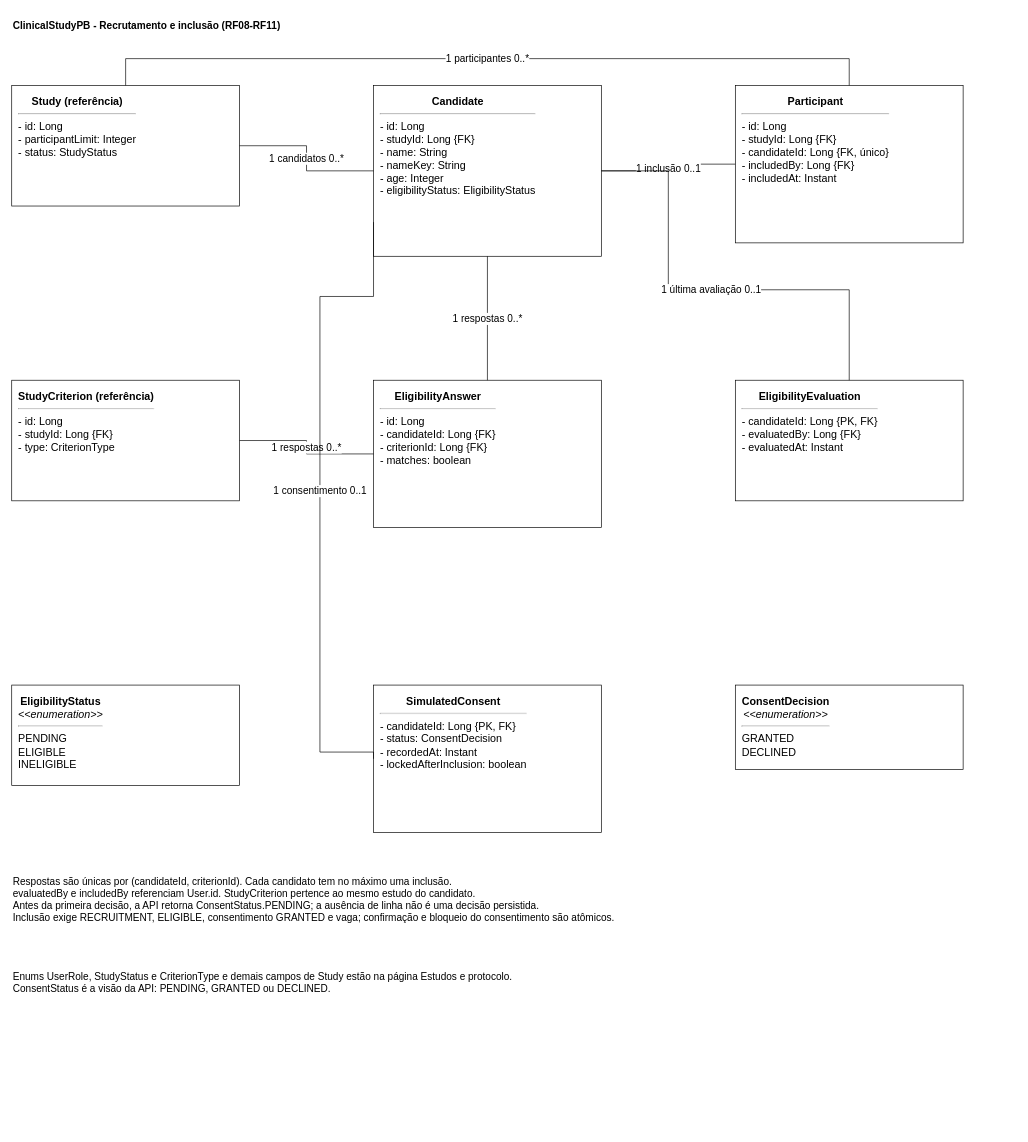
livdenner/ClinicalStudyPB-project keeps this draw.io diagram as page "Recrutamento e inclusão" (2 of 3) of docs/diagrams/classes.drawio. Above is the earlier version. Source tidied: cells renumbered, new cells numbered last; positions are measured from the earlier drawing's top-left corner, leaving out a move shared by most shapes. Both pictures are drawn from the tidied source at 67%, with x=0, y=0 at pixel (11, 11).
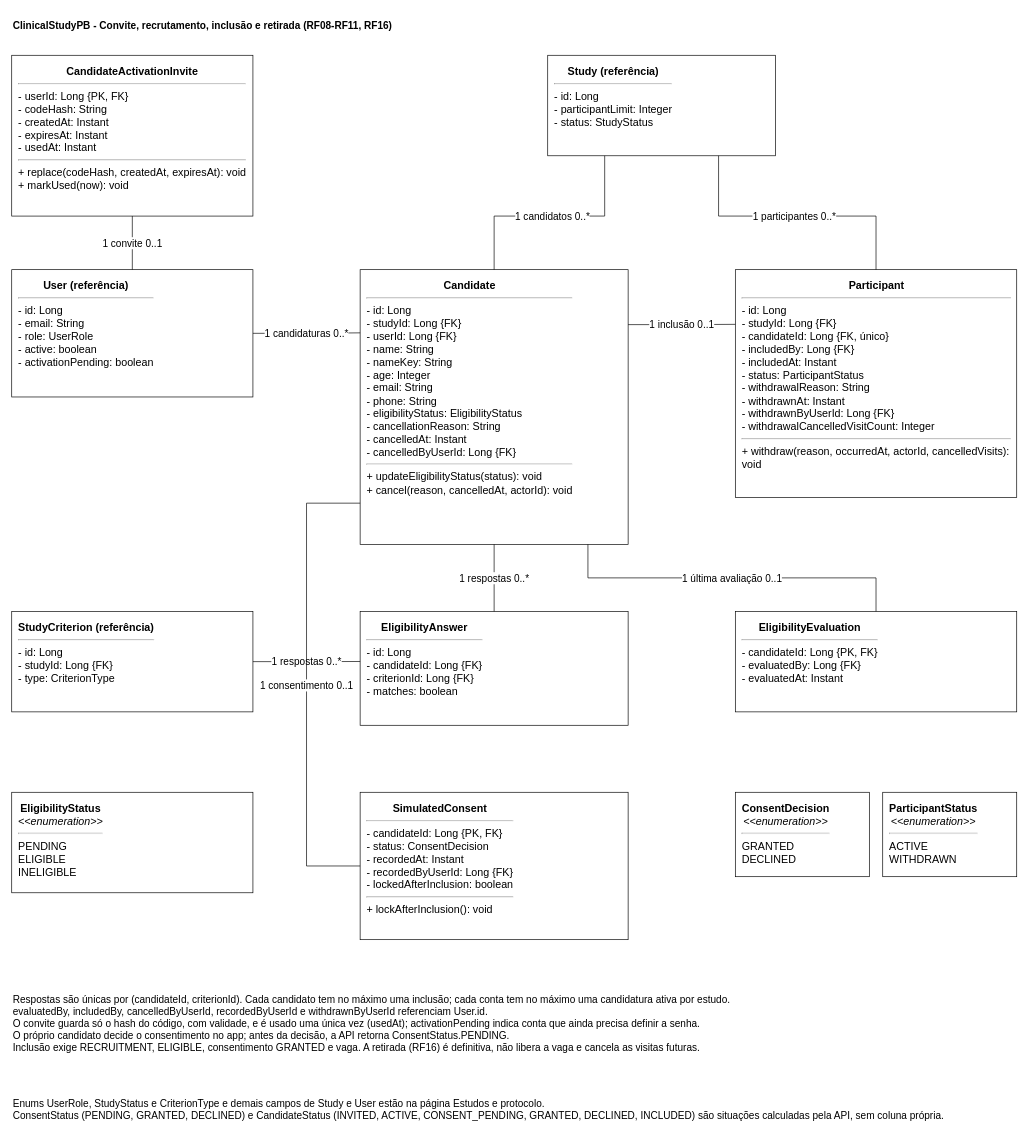
The same diagram, later.

Change to the diagram source:
```diff
@@
-    <mxCell id="2" value="&lt;b&gt;ClinicalStudyPB - Recrutamento e inclusão (RF08-RF11)&lt;/b&gt;" style="text;html=1;whiteSpace=wrap;align=left;verticalAlign=middle;fontColor=#000000;fontSize=15;" parent="1" vertex="1">
+    <mxCell id="2" value="&lt;b&gt;ClinicalStudyPB - Convite, recrutamento, inclusão e retirada (RF08-RF11, RF16)&lt;/b&gt;" style="text;html=1;whiteSpace=wrap;align=left;verticalAlign=middle;fontColor=#000000;fontSize=15;" parent="1" vertex="1">
       <mxGeometry width="1490" height="40" as="geometry" />
     </mxCell>
+    <mxCell id="21" value="&lt;div style=&quot;text-align:center&quot;&gt;&lt;b&gt;CandidateActivationInvite&lt;/b&gt;&lt;/div&gt;&lt;hr/&gt;&lt;div&gt;- userId: Long {PK, FK}&lt;/div&gt;&lt;div&gt;- codeHash: String&lt;/div&gt;&lt;div&gt;- createdAt: Instant&lt;/div&gt;&lt;div&gt;- expiresAt: Instant&lt;/div&gt;&lt;div&gt;- usedAt: Instant&lt;/div&gt;&lt;hr/&gt;&lt;div&gt;+ replace(codeHash, createdAt, expiresAt): void&lt;/div&gt;&lt;div&gt;+ markUsed(now): void&lt;/div&gt;" style="rounded=0;whiteSpace=wrap;html=1;align=left;verticalAlign=top;spacing=10;fillColor=#FFFFFF;strokeColor=#000000;strokeWidth=1;fontColor=#000000;fontSize=16;" parent="1" vertex="1">
+      <mxGeometry y="65" width="360" height="240" as="geometry" />
+    </mxCell>
     <mxCell id="3" value="&lt;div style=&quot;text-align:center&quot;&gt;&lt;b&gt;Study (referência)&lt;/b&gt;&lt;/div&gt;&lt;hr/&gt;&lt;div&gt;- id: Long&lt;/div&gt;&lt;div&gt;- participantLimit: Integer&lt;/div&gt;&lt;div&gt;- status: StudyStatus&lt;/div&gt;" style="rounded=0;whiteSpace=wrap;html=1;align=left;verticalAlign=top;spacing=10;fillColor=#FFFFFF;strokeColor=#000000;strokeWidth=1;fontColor=#000000;fontSize=16;" parent="1" vertex="1">
-      <mxGeometry y="110" width="340" height="180" as="geometry" />
+      <mxGeometry x="800" y="65" width="340" height="150" as="geometry" />
     </mxCell>
+    <mxCell id="22" value="&lt;div style=&quot;text-align:center&quot;&gt;&lt;b&gt;User (referência)&lt;/b&gt;&lt;/div&gt;&lt;hr/&gt;&lt;div&gt;- id: Long&lt;/div&gt;&lt;div&gt;- email: String&lt;/div&gt;&lt;div&gt;- role: UserRole&lt;/div&gt;&lt;div&gt;- active: boolean&lt;/div&gt;&lt;div&gt;- activationPending: boolean&lt;/div&gt;" style="rounded=0;whiteSpace=wrap;html=1;align=left;verticalAlign=top;spacing=10;fillColor=#FFFFFF;strokeColor=#000000;strokeWidth=1;fontColor=#000000;fontSize=16;" parent="1" vertex="1">
+      <mxGeometry y="385" width="360" height="190" as="geometry" />
+    </mxCell>
-    <mxCell id="4" value="&lt;div style=&quot;text-align:center&quot;&gt;&lt;b&gt;Candidate&lt;/b&gt;&lt;/div&gt;&lt;hr/&gt;&lt;div&gt;- id: Long&lt;/div&gt;&lt;div&gt;- studyId: Long {FK}&lt;/div&gt;&lt;div&gt;- name: String&lt;/div&gt;&lt;div&gt;- nameKey: String&lt;/div&gt;&lt;div&gt;- age: Integer&lt;/div&gt;&lt;div&gt;- eligibilityStatus: EligibilityStatus&lt;/div&gt;" style="rounded=0;whiteSpace=wrap;html=1;align=left;verticalAlign=top;spacing=10;fillColor=#FFFFFF;strokeColor=#000000;strokeWidth=1;fontColor=#000000;fontSize=16;" parent="1" vertex="1">
-      <mxGeometry x="540" y="110" width="340" height="255" as="geometry" />
+    <mxCell id="4" value="&lt;div style=&quot;text-align:center&quot;&gt;&lt;b&gt;Candidate&lt;/b&gt;&lt;/div&gt;&lt;hr/&gt;&lt;div&gt;- id: Long&lt;/div&gt;&lt;div&gt;- studyId: Long {FK}&lt;/div&gt;&lt;div&gt;- userId: Long {FK}&lt;/div&gt;&lt;div&gt;- name: String&lt;/div&gt;&lt;div&gt;- nameKey: String&lt;/div&gt;&lt;div&gt;- age: Integer&lt;/div&gt;&lt;div&gt;- email: String&lt;/div&gt;&lt;div&gt;- phone: String&lt;/div&gt;&lt;div&gt;- eligibilityStatus: EligibilityStatus&lt;/div&gt;&lt;div&gt;- cancellationReason: String&lt;/div&gt;&lt;div&gt;- cancelledAt: Instant&lt;/div&gt;&lt;div&gt;- cancelledByUserId: Long {FK}&lt;/div&gt;&lt;hr/&gt;&lt;div&gt;+ updateEligibilityStatus(status): void&lt;/div&gt;&lt;div&gt;+ cancel(reason, cancelledAt, actorId): void&lt;/div&gt;" style="rounded=0;whiteSpace=wrap;html=1;align=left;verticalAlign=top;spacing=10;fillColor=#FFFFFF;strokeColor=#000000;strokeWidth=1;fontColor=#000000;fontSize=16;" parent="1" vertex="1">
+      <mxGeometry x="520" y="385" width="400" height="410" as="geometry" />
     </mxCell>
-    <mxCell id="5" value="&lt;div style=&quot;text-align:center&quot;&gt;&lt;b&gt;Participant&lt;/b&gt;&lt;/div&gt;&lt;hr/&gt;&lt;div&gt;- id: Long&lt;/div&gt;&lt;div&gt;- studyId: Long {FK}&lt;/div&gt;&lt;div&gt;- candidateId: Long {FK, único}&lt;/div&gt;&lt;div&gt;- includedBy: Long {FK}&lt;/div&gt;&lt;div&gt;- includedAt: Instant&lt;/div&gt;" style="rounded=0;whiteSpace=wrap;html=1;align=left;verticalAlign=top;spacing=10;fillColor=#FFFFFF;strokeColor=#000000;strokeWidth=1;fontColor=#000000;fontSize=16;" parent="1" vertex="1">
-      <mxGeometry x="1080" y="110" width="340" height="235" as="geometry" />
+    <mxCell id="5" value="&lt;div style=&quot;text-align:center&quot;&gt;&lt;b&gt;Participant&lt;/b&gt;&lt;/div&gt;&lt;hr/&gt;&lt;div&gt;- id: Long&lt;/div&gt;&lt;div&gt;- studyId: Long {FK}&lt;/div&gt;&lt;div&gt;- candidateId: Long {FK, único}&lt;/div&gt;&lt;div&gt;- includedBy: Long {FK}&lt;/div&gt;&lt;div&gt;- includedAt: Instant&lt;/div&gt;&lt;div&gt;- status: ParticipantStatus&lt;/div&gt;&lt;div&gt;- withdrawalReason: String&lt;/div&gt;&lt;div&gt;- withdrawnAt: Instant&lt;/div&gt;&lt;div&gt;- withdrawnByUserId: Long {FK}&lt;/div&gt;&lt;div&gt;- withdrawalCancelledVisitCount: Integer&lt;/div&gt;&lt;hr/&gt;&lt;div&gt;+ withdraw(reason, occurredAt, actorId, cancelledVisits): void&lt;/div&gt;" style="rounded=0;whiteSpace=wrap;html=1;align=left;verticalAlign=top;spacing=10;fillColor=#FFFFFF;strokeColor=#000000;strokeWidth=1;fontColor=#000000;fontSize=16;" parent="1" vertex="1">
+      <mxGeometry x="1080" y="385" width="420" height="340" as="geometry" />
     </mxCell>
     <mxCell id="6" value="&lt;div style=&quot;text-align:center&quot;&gt;&lt;b&gt;StudyCriterion (referência)&lt;/b&gt;&lt;/div&gt;&lt;hr/&gt;&lt;div&gt;- id: Long&lt;/div&gt;&lt;div&gt;- studyId: Long {FK}&lt;/div&gt;&lt;div&gt;- type: CriterionType&lt;/div&gt;" style="rounded=0;whiteSpace=wrap;html=1;align=left;verticalAlign=top;spacing=10;fillColor=#FFFFFF;strokeColor=#000000;strokeWidth=1;fontColor=#000000;fontSize=16;" parent="1" vertex="1">
-      <mxGeometry y="550" width="340" height="180" as="geometry" />
+      <mxGeometry y="895" width="360" height="150" as="geometry" />
     </mxCell>
     <mxCell id="7" value="&lt;div style=&quot;text-align:center&quot;&gt;&lt;b&gt;EligibilityAnswer&lt;/b&gt;&lt;/div&gt;&lt;hr/&gt;&lt;div&gt;- id: Long&lt;/div&gt;&lt;div&gt;- candidateId: Long {FK}&lt;/div&gt;&lt;div&gt;- criterionId: Long {FK}&lt;/div&gt;&lt;div&gt;- matches: boolean&lt;/div&gt;" style="rounded=0;whiteSpace=wrap;html=1;align=left;verticalAlign=top;spacing=10;fillColor=#FFFFFF;strokeColor=#000000;strokeWidth=1;fontColor=#000000;fontSize=16;" parent="1" vertex="1">
-      <mxGeometry x="540" y="550" width="340" height="220" as="geometry" />
+      <mxGeometry x="520" y="895" width="400" height="170" as="geometry" />
     </mxCell>
     <mxCell id="8" value="&lt;div style=&quot;text-align:center&quot;&gt;&lt;b&gt;EligibilityEvaluation&lt;/b&gt;&lt;/div&gt;&lt;hr/&gt;&lt;div&gt;- candidateId: Long {PK, FK}&lt;/div&gt;&lt;div&gt;- evaluatedBy: Long {FK}&lt;/div&gt;&lt;div&gt;- evaluatedAt: Instant&lt;/div&gt;" style="rounded=0;whiteSpace=wrap;html=1;align=left;verticalAlign=top;spacing=10;fillColor=#FFFFFF;strokeColor=#000000;strokeWidth=1;fontColor=#000000;fontSize=16;" parent="1" vertex="1">
-      <mxGeometry x="1080" y="550" width="340" height="180" as="geometry" />
+      <mxGeometry x="1080" y="895" width="420" height="150" as="geometry" />
     </mxCell>
-    <mxCell id="9" value="&lt;div style=&quot;text-align:center&quot;&gt;&lt;b&gt;SimulatedConsent&lt;/b&gt;&lt;/div&gt;&lt;hr/&gt;&lt;div&gt;- candidateId: Long {PK, FK}&lt;/div&gt;&lt;div&gt;- status: ConsentDecision&lt;/div&gt;&lt;div&gt;- recordedAt: Instant&lt;/div&gt;&lt;div&gt;- lockedAfterInclusion: boolean&lt;/div&gt;" style="rounded=0;whiteSpace=wrap;html=1;align=left;verticalAlign=top;spacing=10;fillColor=#FFFFFF;strokeColor=#000000;strokeWidth=1;fontColor=#000000;fontSize=16;" parent="1" vertex="1">
-      <mxGeometry x="540" y="1005" width="340" height="220" as="geometry" />
+    <mxCell id="9" value="&lt;div style=&quot;text-align:center&quot;&gt;&lt;b&gt;SimulatedConsent&lt;/b&gt;&lt;/div&gt;&lt;hr/&gt;&lt;div&gt;- candidateId: Long {PK, FK}&lt;/div&gt;&lt;div&gt;- status: ConsentDecision&lt;/div&gt;&lt;div&gt;- recordedAt: Instant&lt;/div&gt;&lt;div&gt;- recordedByUserId: Long {FK}&lt;/div&gt;&lt;div&gt;- lockedAfterInclusion: boolean&lt;/div&gt;&lt;hr/&gt;&lt;div&gt;+ lockAfterInclusion(): void&lt;/div&gt;" style="rounded=0;whiteSpace=wrap;html=1;align=left;verticalAlign=top;spacing=10;fillColor=#FFFFFF;strokeColor=#000000;strokeWidth=1;fontColor=#000000;fontSize=16;" parent="1" vertex="1">
+      <mxGeometry x="520" y="1165" width="400" height="220" as="geometry" />
     </mxCell>
+    <mxCell id="23" value="1  convite  0..1" style="edgeStyle=orthogonalEdgeStyle;rounded=0;html=1;endArrow=none;strokeColor=#000000;fontColor=#000000;fontSize=15;labelBackgroundColor=#FFFFFF;" parent="1" edge="1" source="22" target="21">
+      <mxGeometry relative="1" as="geometry" />
+    </mxCell>
+    <mxCell id="24" value="1  candidaturas  0..*" style="edgeStyle=orthogonalEdgeStyle;rounded=0;html=1;endArrow=none;strokeColor=#000000;fontColor=#000000;fontSize=15;labelBackgroundColor=#FFFFFF;exitX=1;exitY=0.5;exitDx=0;exitDy=0;entryX=0;entryY=0.23;entryDx=0;entryDy=0;" parent="1" edge="1" source="22" target="4">
+      <mxGeometry relative="1" as="geometry" />
+    </mxCell>
-    <mxCell id="10" value="1  candidatos  0..*" style="edgeStyle=orthogonalEdgeStyle;rounded=0;html=1;endArrow=none;strokeColor=#000000;fontColor=#000000;fontSize=15;labelBackgroundColor=#FFFFFF;" parent="1" edge="1" source="3" target="4">
-      <mxGeometry relative="1" as="geometry" />
+    <mxCell id="10" value="1  candidatos  0..*" style="edgeStyle=orthogonalEdgeStyle;rounded=0;html=1;endArrow=none;strokeColor=#000000;fontColor=#000000;fontSize=15;labelBackgroundColor=#FFFFFF;exitX=0.25;exitY=1;exitDx=0;exitDy=0;entryX=0.5;entryY=0;entryDx=0;entryDy=0;" parent="1" edge="1" source="3" target="4">
+      <mxGeometry relative="1" as="geometry">
+        <Array as="points">
+          <mxPoint x="885" y="305" />
+          <mxPoint x="720" y="305" />
+        </Array>
+      </mxGeometry>
     </mxCell>
+    <mxCell id="12" value="1  participantes  0..*" style="edgeStyle=orthogonalEdgeStyle;rounded=0;html=1;endArrow=none;strokeColor=#000000;fontColor=#000000;fontSize=15;labelBackgroundColor=#FFFFFF;exitX=0.75;exitY=1;exitDx=0;exitDy=0;entryX=0.5;entryY=0;entryDx=0;entryDy=0;" parent="1" edge="1" source="3" target="5">
+      <mxGeometry relative="1" as="geometry">
+        <Array as="points">
+          <mxPoint x="1055" y="305" />
+          <mxPoint x="1290" y="305" />
+        </Array>
+      </mxGeometry>
+    </mxCell>
-    <mxCell id="11" value="1  inclusão  0..1" style="edgeStyle=orthogonalEdgeStyle;rounded=0;html=1;endArrow=none;strokeColor=#000000;fontColor=#000000;fontSize=15;labelBackgroundColor=#FFFFFF;" parent="1" edge="1" source="4" target="5">
+    <mxCell id="11" value="1  inclusão  0..1" style="edgeStyle=orthogonalEdgeStyle;rounded=0;html=1;endArrow=none;strokeColor=#000000;fontColor=#000000;fontSize=15;labelBackgroundColor=#FFFFFF;exitX=1;exitY=0.2;exitDx=0;exitDy=0;entryX=0;entryY=0.24;entryDx=0;entryDy=0;" parent="1" edge="1" source="4" target="5">
       <mxGeometry relative="1" as="geometry" />
     </mxCell>
-    <mxCell id="12" value="1  participantes  0..*" style="edgeStyle=orthogonalEdgeStyle;rounded=0;html=1;endArrow=none;strokeColor=#000000;fontColor=#000000;fontSize=15;labelBackgroundColor=#FFFFFF;exitX=0.5;exitY=0;entryX=0.5;entryY=0;" parent="1" edge="1" source="3" target="5">
-      <mxGeometry relative="1" as="geometry">
-        <Array as="points">
-          <mxPoint x="170" y="70" />
-          <mxPoint x="1250" y="70" />
-        </Array>
-      </mxGeometry>
-    </mxCell>
-    <mxCell id="13" value="1  respostas  0..*" style="edgeStyle=orthogonalEdgeStyle;rounded=0;html=1;endArrow=none;strokeColor=#000000;fontColor=#000000;fontSize=15;labelBackgroundColor=#FFFFFF;" parent="1" edge="1" source="4" target="7">
+    <mxCell id="13" value="1  respostas  0..*" style="edgeStyle=orthogonalEdgeStyle;rounded=0;html=1;endArrow=none;strokeColor=#000000;fontColor=#000000;fontSize=15;labelBackgroundColor=#FFFFFF;exitX=0.5;exitY=1;exitDx=0;exitDy=0;entryX=0.5;entryY=0;entryDx=0;entryDy=0;" parent="1" edge="1" source="4" target="7">
       <mxGeometry relative="1" as="geometry" />
     </mxCell>
-    <mxCell id="14" value="1  respostas  0..*" style="edgeStyle=orthogonalEdgeStyle;rounded=0;html=1;endArrow=none;strokeColor=#000000;fontColor=#000000;fontSize=15;labelBackgroundColor=#FFFFFF;" parent="1" edge="1" source="6" target="7">
+    <mxCell id="14" value="1  respostas  0..*" style="edgeStyle=orthogonalEdgeStyle;rounded=0;html=1;endArrow=none;strokeColor=#000000;fontColor=#000000;fontSize=15;labelBackgroundColor=#FFFFFF;exitX=1;exitY=0.5;exitDx=0;exitDy=0;entryX=0;entryY=0.44;entryDx=0;entryDy=0;" parent="1" edge="1" source="6" target="7">
       <mxGeometry relative="1" as="geometry" />
     </mxCell>
-    <mxCell id="15" value="1  última avaliação  0..1" style="edgeStyle=orthogonalEdgeStyle;rounded=0;html=1;endArrow=none;strokeColor=#000000;fontColor=#000000;fontSize=15;labelBackgroundColor=#FFFFFF;" parent="1" edge="1" source="4" target="8">
+    <mxCell id="15" value="1  última avaliação  0..1" style="edgeStyle=orthogonalEdgeStyle;rounded=0;html=1;endArrow=none;strokeColor=#000000;fontColor=#000000;fontSize=15;labelBackgroundColor=#FFFFFF;exitX=0.85;exitY=1;exitDx=0;exitDy=0;entryX=0.5;entryY=0;entryDx=0;entryDy=0;" parent="1" edge="1" source="4" target="8">
       <mxGeometry relative="1" as="geometry">
         <Array as="points">
-          <mxPoint x="980" y="415" />
-          <mxPoint x="1250" y="415" />
+          <mxPoint x="860" y="845" />
+          <mxPoint x="1290" y="845" />
         </Array>
       </mxGeometry>
     </mxCell>
-    <mxCell id="16" value="1  consentimento  0..1" style="edgeStyle=orthogonalEdgeStyle;rounded=0;html=1;endArrow=none;strokeColor=#000000;fontColor=#000000;fontSize=15;labelBackgroundColor=#FFFFFF;exitX=0;exitY=0.8;entryX=0;entryY=0.5;" parent="1" edge="1" source="4" target="9">
+    <mxCell id="16" value="1  consentimento  0..1" style="edgeStyle=orthogonalEdgeStyle;rounded=0;html=1;endArrow=none;strokeColor=#000000;fontColor=#000000;fontSize=15;labelBackgroundColor=#FFFFFF;exitX=0;exitY=0.85;exitDx=0;exitDy=0;entryX=0;entryY=0.5;entryDx=0;entryDy=0;" parent="1" edge="1" source="4" target="9">
       <mxGeometry relative="1" as="geometry">
         <Array as="points">
-          <mxPoint x="460" y="425" />
-          <mxPoint x="460" y="1105" />
+          <mxPoint x="440" y="733" />
+          <mxPoint x="440" y="1275" />
         </Array>
       </mxGeometry>
     </mxCell>
     <mxCell id="17" value="&lt;div style=&quot;text-align:center&quot;&gt;&lt;b&gt;EligibilityStatus&lt;/b&gt;&lt;br/&gt;&lt;i&gt;&amp;lt;&amp;lt;enumeration&amp;gt;&amp;gt;&lt;/i&gt;&lt;/div&gt;&lt;hr/&gt;&lt;div&gt;PENDING&lt;/div&gt;&lt;div&gt;ELIGIBLE&lt;/div&gt;&lt;div&gt;INELIGIBLE&lt;/div&gt;" style="rounded=0;whiteSpace=wrap;html=1;align=left;verticalAlign=top;spacing=10;fillColor=#FFFFFF;strokeColor=#000000;strokeWidth=1;fontColor=#000000;fontSize=16;" parent="1" vertex="1">
-      <mxGeometry y="1005" width="340" height="150" as="geometry" />
+      <mxGeometry y="1165" width="360" height="150" as="geometry" />
     </mxCell>
     <mxCell id="18" value="&lt;div style=&quot;text-align:center&quot;&gt;&lt;b&gt;ConsentDecision&lt;/b&gt;&lt;br/&gt;&lt;i&gt;&amp;lt;&amp;lt;enumeration&amp;gt;&amp;gt;&lt;/i&gt;&lt;/div&gt;&lt;hr/&gt;&lt;div&gt;GRANTED&lt;/div&gt;&lt;div&gt;DECLINED&lt;/div&gt;" style="rounded=0;whiteSpace=wrap;html=1;align=left;verticalAlign=top;spacing=10;fillColor=#FFFFFF;strokeColor=#000000;strokeWidth=1;fontColor=#000000;fontSize=16;" parent="1" vertex="1">
-      <mxGeometry x="1080" y="1005" width="340" height="126" as="geometry" />
+      <mxGeometry x="1080" y="1165" width="200" height="126" as="geometry" />
     </mxCell>
+    <mxCell id="25" value="&lt;div style=&quot;text-align:center&quot;&gt;&lt;b&gt;ParticipantStatus&lt;/b&gt;&lt;br/&gt;&lt;i&gt;&amp;lt;&amp;lt;enumeration&amp;gt;&amp;gt;&lt;/i&gt;&lt;/div&gt;&lt;hr/&gt;&lt;div&gt;ACTIVE&lt;/div&gt;&lt;div&gt;WITHDRAWN&lt;/div&gt;" style="rounded=0;whiteSpace=wrap;html=1;align=left;verticalAlign=top;spacing=10;fillColor=#FFFFFF;strokeColor=#000000;strokeWidth=1;fontColor=#000000;fontSize=16;" parent="1" vertex="1">
+      <mxGeometry x="1300" y="1165" width="200" height="126" as="geometry" />
+    </mxCell>
-    <mxCell id="19" value="Respostas são únicas por (candidateId, criterionId). Cada candidato tem no máximo uma inclusão.&lt;br/&gt;evaluatedBy e includedBy referenciam User.id. StudyCriterion pertence ao mesmo estudo do candidato.&lt;br/&gt;Antes da primeira decisão, a API retorna ConsentStatus.PENDING; a ausência de linha não é uma decisão persistida.&lt;br/&gt;Inclusão exige RECRUITMENT, ELIGIBLE, consentimento GRANTED e vaga; confirmação e bloqueio do consentimento são atômicos." style="text;html=1;whiteSpace=wrap;align=left;verticalAlign=middle;fontColor=#000000;fontSize=15;" parent="1" vertex="1">
-      <mxGeometry y="1265" width="1460" height="120" as="geometry" />
+    <mxCell id="19" value="Respostas são únicas por (candidateId, criterionId). Cada candidato tem no máximo uma inclusão; cada conta tem no máximo uma candidatura ativa por estudo.&lt;br/&gt;evaluatedBy, includedBy, cancelledByUserId, recordedByUserId e withdrawnByUserId referenciam User.id.&lt;br/&gt;O convite guarda só o hash do código, com validade, e é usado uma única vez (usedAt); activationPending indica conta que ainda precisa definir a senha.&lt;br/&gt;O próprio candidato decide o consentimento no app; antes da decisão, a API retorna ConsentStatus.PENDING.&lt;br/&gt;Inclusão exige RECRUITMENT, ELIGIBLE, consentimento GRANTED e vaga. A retirada (RF16) é definitiva, não libera a vaga e cancela as visitas futuras." style="text;html=1;whiteSpace=wrap;align=left;verticalAlign=middle;fontColor=#000000;fontSize=15;" parent="1" vertex="1">
+      <mxGeometry y="1435" width="1500" height="150" as="geometry" />
     </mxCell>
-    <mxCell id="20" value="Enums UserRole, StudyStatus e CriterionType e demais campos de Study estão na página Estudos e protocolo.&lt;br/&gt;ConsentStatus é a visão da API: PENDING, GRANTED ou DECLINED." style="text;html=1;whiteSpace=wrap;align=left;verticalAlign=middle;fontColor=#000000;fontSize=15;" parent="1" vertex="1">
-      <mxGeometry y="1415" width="1460" height="65" as="geometry" />
+    <mxCell id="20" value="Enums UserRole, StudyStatus e CriterionType e demais campos de Study e User estão na página Estudos e protocolo.&lt;br/&gt;ConsentStatus (PENDING, GRANTED, DECLINED) e CandidateStatus (INVITED, ACTIVE, CONSENT_PENDING, GRANTED, DECLINED, INCLUDED) são situações calculadas pela API, sem coluna própria." style="text;html=1;whiteSpace=wrap;align=left;verticalAlign=middle;fontColor=#000000;fontSize=15;" parent="1" vertex="1">
+      <mxGeometry y="1605" width="1500" height="65" as="geometry" />
     </mxCell>
```
